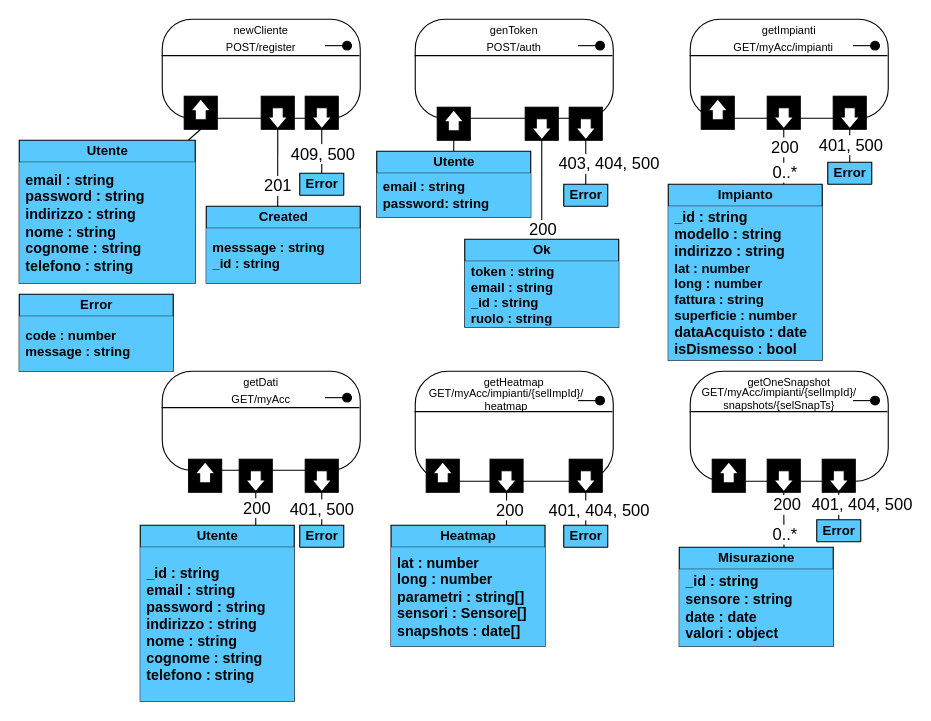
Before: deliverables/d4/.media/.drawio/resources-models.drawio in amanfucci/ardeeno-workondeliverables, a draw.io diagram. Source tidied: cells renumbered, new cells numbered last; positions are measured from the earlier drawing's top-left corner, leaving out a move shared by most shapes. Both pictures are drawn from the tidied source at 110%, with x=0, y=0 at pixel (19, 19).
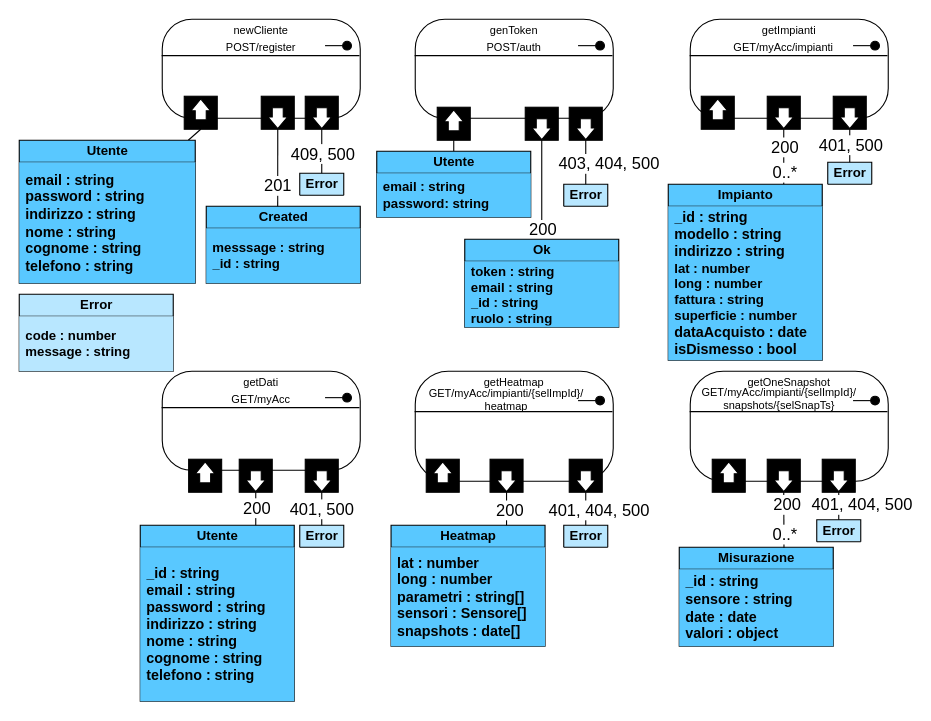
After the change.

Diff of the diagram source:
```diff
@@
-    <mxCell id="127" value="Error" style="swimlane;fontStyle=1;align=center;verticalAlign=middle;horizontal=1;startSize=20;html=1;fillColor=#59C8FF;fillStyle=solid;" parent="1" vertex="1">
+    <mxCell id="127" value="Error" style="swimlane;fontStyle=1;align=center;verticalAlign=middle;horizontal=1;startSize=20;html=1;fillColor=#B8E7FF;fillStyle=solid;" parent="1" vertex="1">
       <mxGeometry x="255" y="140" width="40" height="20" as="geometry" />
     </mxCell>
@@
-    <mxCell id="130" value="Error" style="swimlane;fontStyle=1;align=center;verticalAlign=middle;horizontal=1;startSize=20;html=1;fillColor=#59C8FF;fillStyle=solid;" parent="1" vertex="1">
+    <mxCell id="130" value="Error" style="swimlane;fontStyle=1;align=center;verticalAlign=middle;horizontal=1;startSize=20;html=1;fillColor=#B8E7FF;fillStyle=solid;" parent="1" vertex="1">
       <mxGeometry y="250" width="140" height="70" as="geometry" />
     </mxCell>
-    <mxCell id="131" value="code : number&lt;br&gt;message : string" style="text;html=1;strokeColor=none;fillColor=#59C8FF;align=left;verticalAlign=middle;spacingLeft=4;spacingRight=4;overflow=hidden;fillStyle=solid;fontStyle=1;" parent="130" vertex="1">
+    <mxCell id="131" value="code : number&lt;br&gt;message : string" style="text;html=1;strokeColor=none;fillColor=#B8E7FF;align=left;verticalAlign=middle;spacingLeft=4;spacingRight=4;overflow=hidden;fillStyle=solid;fontStyle=1;" parent="130" vertex="1">
       <mxGeometry y="20" width="140" height="50" as="geometry" />
     </mxCell>
-    <mxCell id="132" value="Error" style="swimlane;fontStyle=1;align=center;verticalAlign=middle;horizontal=1;startSize=20;html=1;fillColor=#59C8FF;fillStyle=solid;" parent="1" vertex="1">
+    <mxCell id="132" value="Error" style="swimlane;fontStyle=1;align=center;verticalAlign=middle;horizontal=1;startSize=20;html=1;fillColor=#B8E7FF;fillStyle=solid;" parent="1" vertex="1">
       <mxGeometry x="495" y="150" width="40" height="20" as="geometry" />
     </mxCell>
@@
-    <mxCell id="138" value="Error" style="swimlane;fontStyle=1;align=center;verticalAlign=middle;horizontal=1;startSize=20;html=1;fillColor=#59C8FF;fillStyle=solid;" parent="1" vertex="1">
+    <mxCell id="138" value="Error" style="swimlane;fontStyle=1;align=center;verticalAlign=middle;horizontal=1;startSize=20;html=1;fillColor=#B8E7FF;fillStyle=solid;" parent="1" vertex="1">
       <mxGeometry x="255" y="460" width="40" height="20" as="geometry" />
     </mxCell>
@@
-    <mxCell id="140" value="Error" style="swimlane;fontStyle=1;align=center;verticalAlign=middle;horizontal=1;startSize=20;html=1;fillColor=#59C8FF;fillStyle=solid;" parent="1" vertex="1">
+    <mxCell id="140" value="Error" style="swimlane;fontStyle=1;align=center;verticalAlign=middle;horizontal=1;startSize=20;html=1;fillColor=#B8E7FF;fillStyle=solid;" parent="1" vertex="1">
       <mxGeometry x="735" y="130" width="40" height="20" as="geometry" />
     </mxCell>
@@
-    <mxCell id="143" value="Error" style="swimlane;fontStyle=1;align=center;verticalAlign=middle;horizontal=1;startSize=20;html=1;fillColor=#59C8FF;fillStyle=solid;" parent="1" vertex="1">
+    <mxCell id="143" value="Error" style="swimlane;fontStyle=1;align=center;verticalAlign=middle;horizontal=1;startSize=20;html=1;fillColor=#B8E7FF;fillStyle=solid;" parent="1" vertex="1">
       <mxGeometry x="495" y="460" width="40" height="20" as="geometry" />
     </mxCell>
@@
-    <mxCell id="146" value="Error" style="swimlane;fontStyle=1;align=center;verticalAlign=middle;horizontal=1;startSize=20;html=1;fillColor=#59C8FF;fillStyle=solid;" parent="1" vertex="1">
+    <mxCell id="146" value="Error" style="swimlane;fontStyle=1;align=center;verticalAlign=middle;horizontal=1;startSize=20;html=1;fillColor=#B8E7FF;fillStyle=solid;" parent="1" vertex="1">
       <mxGeometry x="725" y="455" width="40" height="20" as="geometry" />
     </mxCell>
```
